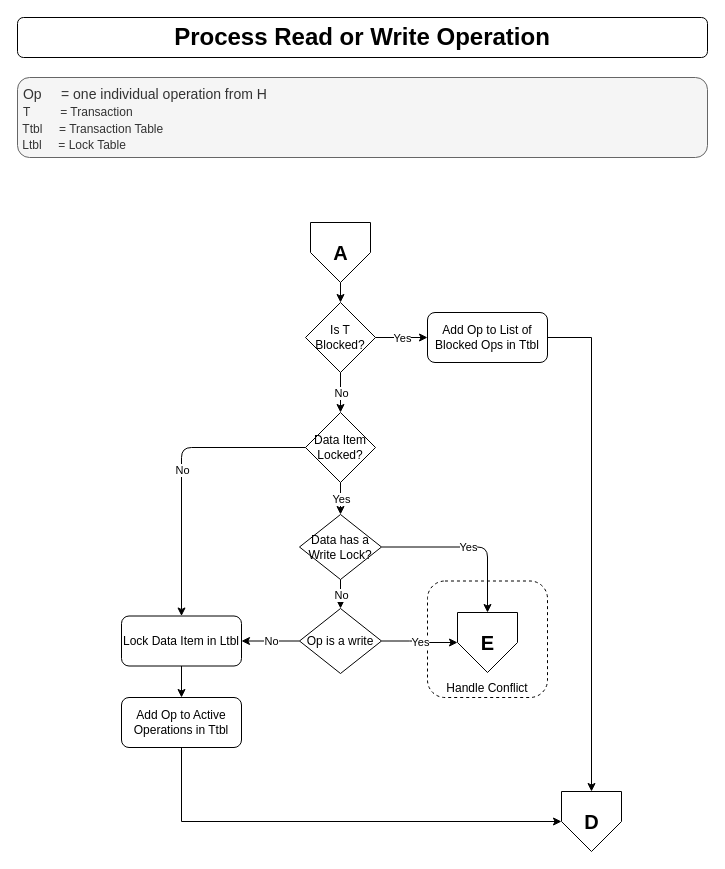
The draw.io diagram Design/CS 5570 Team4 Design - Scheduler - Handle Conflict.drawio in Rod-Skoglund/CS5570-Project, before the edit. Source tidied: cells renumbered, new cells numbered last; positions are measured from the earlier drawing's top-left corner, leaving out a move shared by most shapes. Both pictures are drawn from the tidied source at 100%, with x=0, y=0 at pixel (17, 17).
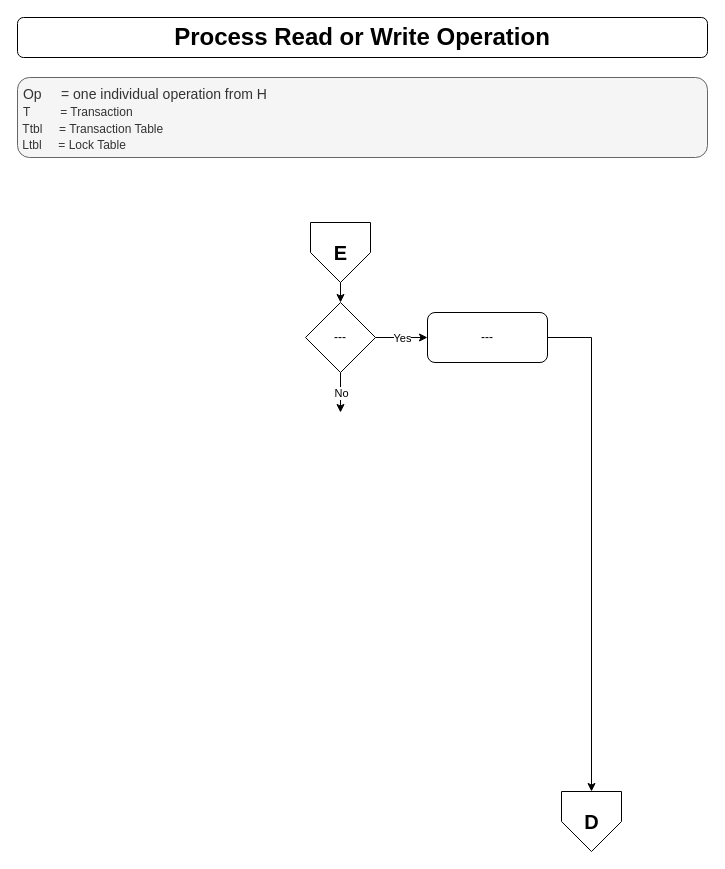
The same diagram, later.

Commit message:
Starting definition

The change refers to these unchanged cells:
```xml
<mxCell id="9" value="D" style="verticalLabelPosition=middle;verticalAlign=middle;html=1;shape=offPageConnector;rounded=0;size=0.5;labelPosition=center;align=center;fontSize=20;fontStyle=1;" parent="1" vertex="1">
  <mxGeometry x="544" y="774" width="60" height="60" as="geometry" />
</mxCell>
```

The edit, as a diff of the source:
```diff
@@
-    <mxCell id="4" style="edgeStyle=orthogonalEdgeStyle;rounded=0;jettySize=auto;html=1;exitX=0.5;exitY=1;exitDx=0;exitDy=0;entryX=0;entryY=0.5;entryDx=0;entryDy=0;" parent="1" edge="1" source="22" target="9">
-      <mxGeometry x="310" y="260" as="geometry" />
-    </mxCell>
-    <mxCell id="5" value="A" style="verticalLabelPosition=middle;verticalAlign=middle;html=1;shape=offPageConnector;rounded=0;size=0.5;labelPosition=center;align=center;fontSize=20;fontStyle=1;" parent="1" vertex="1">
+    <mxCell id="5" value="E" style="verticalLabelPosition=middle;verticalAlign=middle;html=1;shape=offPageConnector;rounded=0;size=0.5;labelPosition=center;align=center;fontSize=20;fontStyle=1;" parent="1" vertex="1">
       <mxGeometry x="293" y="205" width="60" height="60" as="geometry" />
     </mxCell>
-    <mxCell id="6" value="Is T Blocked?" style="rhombus;whiteSpace=wrap;html=1;" parent="1" vertex="1">
+    <mxCell id="6" value="---" style="rhombus;whiteSpace=wrap;html=1;" parent="1" vertex="1">
       <mxGeometry x="288" y="285" width="70" height="70" as="geometry" />
     </mxCell>
@@
-    <mxCell id="8" value="Add Op to List of Blocked Ops in Ttbl" style="rounded=1;whiteSpace=wrap;html=1;fontSize=12;glass=0;strokeWidth=1;shadow=0;" parent="1" vertex="1">
+    <mxCell id="8" value="---" style="rounded=1;whiteSpace=wrap;html=1;fontSize=12;glass=0;strokeWidth=1;shadow=0;" parent="1" vertex="1">
       <mxGeometry x="410" y="295" width="120" height="50" as="geometry" />
     </mxCell>
@@
-    <mxCell id="12" style="endArrow=classic;html=1;exitX=0.5;exitY=1;exitDx=0;exitDy=0;edgeStyle=orthogonalEdgeStyle;entryX=0.5;entryY=0;entryDx=0;entryDy=0;" parent="1" edge="1" source="6" target="16">
+    <mxCell id="12" style="endArrow=classic;html=1;exitX=0.5;exitY=1;exitDx=0;exitDy=0;edgeStyle=orthogonalEdgeStyle;entryX=0.5;entryY=0;entryDx=0;entryDy=0;" parent="1" edge="1" source="6">
       <mxGeometry x="310" y="285" as="geometry">
+        <mxPoint x="323" y="395" as="targetPoint" />
         <Array as="points">
           <mxPoint x="323" y="395" />
         </Array>
       </mxGeometry>
     </mxCell>
@@
-    <mxCell id="15" value="Handle Conflict" style="rounded=1;whiteSpace=wrap;html=1;fontSize=12;glass=0;strokeWidth=1;shadow=0;dashed=1;verticalAlign=bottom;" parent="1" vertex="1">
-      <mxGeometry x="410" y="563.5" width="120" height="116.5" as="geometry" />
-    </mxCell>
-    <mxCell id="16" value="Data Item Locked?" style="rhombus;whiteSpace=wrap;html=1;" parent="1" vertex="1">
-      <mxGeometry x="288" y="395" width="70" height="70" as="geometry" />
-    </mxCell>
-    <mxCell id="17" style="endArrow=classic;html=1;entryX=0.5;entryY=0;entryDx=0;entryDy=0;edgeStyle=orthogonalEdgeStyle;exitX=0.5;exitY=1;exitDx=0;exitDy=0;" parent="1" edge="1" source="16" target="24">
-      <mxGeometry x="320" y="295" as="geometry" />
-    </mxCell>
-    <mxCell id="18" value="Yes" style="edgeLabel;html=1;align=center;verticalAlign=middle;" parent="17" vertex="1">
-      <mxGeometry relative="1" as="geometry" />
-    </mxCell>
-    <mxCell id="19" value="Lock Data Item in Ltbl" style="rounded=1;whiteSpace=wrap;html=1;fontSize=12;glass=0;strokeWidth=1;shadow=0;" parent="1" vertex="1">
-      <mxGeometry x="104" y="598.5" width="120" height="50" as="geometry" />
-    </mxCell>
-    <mxCell id="20" style="endArrow=classic;html=1;edgeStyle=orthogonalEdgeStyle;exitX=0;exitY=0.5;exitDx=0;exitDy=0;entryX=0.5;entryY=0;entryDx=0;entryDy=0;" parent="1" edge="1" source="16" target="19">
-      <mxGeometry x="320" y="295" as="geometry">
-        <Array as="points">
-          <mxPoint x="164" y="430" />
-        </Array>
-      </mxGeometry>
-    </mxCell>
-    <mxCell id="21" value="No" style="edgeLabel;html=1;align=center;verticalAlign=middle;" parent="20" vertex="1">
-      <mxGeometry relative="1" as="geometry" />
-    </mxCell>
-    <mxCell id="22" value="Add Op to Active Operations in Ttbl" style="rounded=1;whiteSpace=wrap;html=1;fontSize=12;glass=0;strokeWidth=1;shadow=0;" parent="1" vertex="1">
-      <mxGeometry x="104" y="680" width="120" height="50" as="geometry" />
-    </mxCell>
-    <mxCell id="23" style="edgeStyle=orthogonalEdgeStyle;rounded=0;jettySize=auto;html=1;entryX=0.5;entryY=0;entryDx=0;entryDy=0;exitX=0.5;exitY=1;exitDx=0;exitDy=0;" parent="1" edge="1" source="19" target="22">
-      <mxGeometry x="294" y="490" as="geometry" />
-    </mxCell>
-    <mxCell id="24" value="Data has a Write Lock?" style="rhombus;whiteSpace=wrap;html=1;" parent="1" vertex="1">
-      <mxGeometry x="282" y="497" width="82" height="65" as="geometry" />
-    </mxCell>
-    <mxCell id="25" value="Op is a write" style="rhombus;whiteSpace=wrap;html=1;" parent="1" vertex="1">
-      <mxGeometry x="282" y="591" width="82" height="65" as="geometry" />
-    </mxCell>
-    <mxCell id="26" style="endArrow=classic;html=1;edgeStyle=orthogonalEdgeStyle;entryX=0.5;entryY=0;entryDx=0;entryDy=0;exitX=0.5;exitY=1;exitDx=0;exitDy=0;" parent="1" edge="1" source="24" target="25">
-      <mxGeometry x="320" y="295" as="geometry" />
-    </mxCell>
-    <mxCell id="27" value="No" style="edgeLabel;html=1;align=center;verticalAlign=middle;" parent="26" vertex="1">
-      <mxGeometry relative="1" as="geometry" />
-    </mxCell>
-    <mxCell id="28" style="endArrow=classic;html=1;edgeStyle=orthogonalEdgeStyle;entryX=1;entryY=0.5;entryDx=0;entryDy=0;exitX=0;exitY=0.5;exitDx=0;exitDy=0;" parent="1" edge="1" source="25" target="19">
-      <mxGeometry x="330" y="305" as="geometry" />
-    </mxCell>
-    <mxCell id="29" value="No" style="edgeLabel;html=1;align=center;verticalAlign=middle;" parent="28" vertex="1">
-      <mxGeometry relative="1" as="geometry" />
-    </mxCell>
-    <mxCell id="30" style="endArrow=classic;html=1;exitX=1;exitY=0.5;exitDx=0;exitDy=0;entryX=0.5;entryY=0;entryDx=0;entryDy=0;edgeStyle=orthogonalEdgeStyle;" parent="1" edge="1" source="24" target="34">
-      <mxGeometry x="320" y="295" as="geometry" />
-    </mxCell>
-    <mxCell id="31" value="Yes" style="edgeLabel;html=1;align=center;verticalAlign=middle;" parent="30" vertex="1">
-      <mxGeometry relative="1" as="geometry" />
-    </mxCell>
-    <mxCell id="32" style="endArrow=classic;html=1;exitX=1;exitY=0.5;exitDx=0;exitDy=0;entryX=0;entryY=0.5;entryDx=0;entryDy=0;edgeStyle=orthogonalEdgeStyle;" parent="1" edge="1" source="25" target="34">
-      <mxGeometry x="330" y="305" as="geometry" />
-    </mxCell>
-    <mxCell id="33" value="Yes" style="edgeLabel;html=1;align=center;verticalAlign=middle;" parent="32" vertex="1">
-      <mxGeometry relative="1" as="geometry" />
-    </mxCell>
-    <mxCell id="34" value="E" style="verticalLabelPosition=middle;verticalAlign=middle;html=1;shape=offPageConnector;rounded=0;size=0.5;labelPosition=center;align=center;fontSize=20;fontStyle=1;" parent="1" vertex="1">
-      <mxGeometry x="440" y="595" width="60" height="60" as="geometry" />
-    </mxCell>
```
